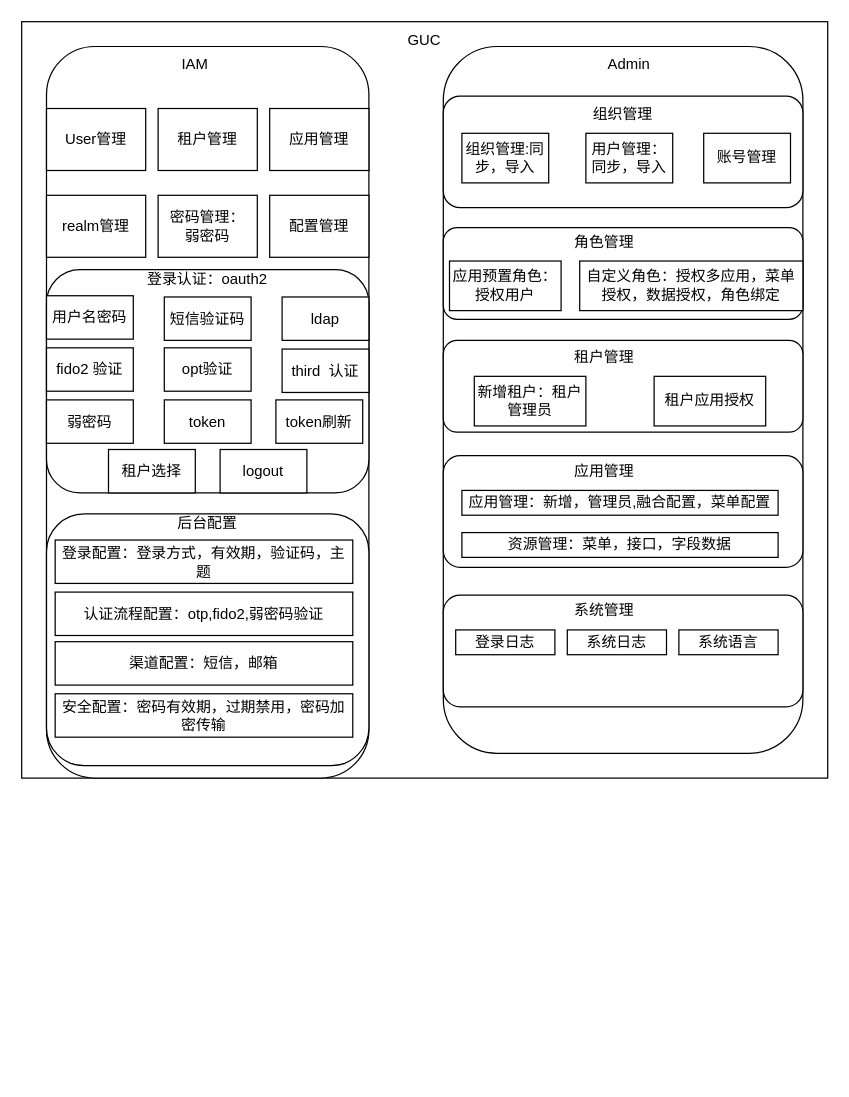
Before: page "GUC" (2 of 2) of draft.drawio in cqu20141693/draw.io, a draw.io diagram. Source tidied: cells renumbered, new cells numbered last; positions are measured from the earlier drawing's top-left corner, leaving out a move shared by most shapes. Both pictures are drawn from the tidied source at 124%, with x=0, y=0 at pixel (21, 21).
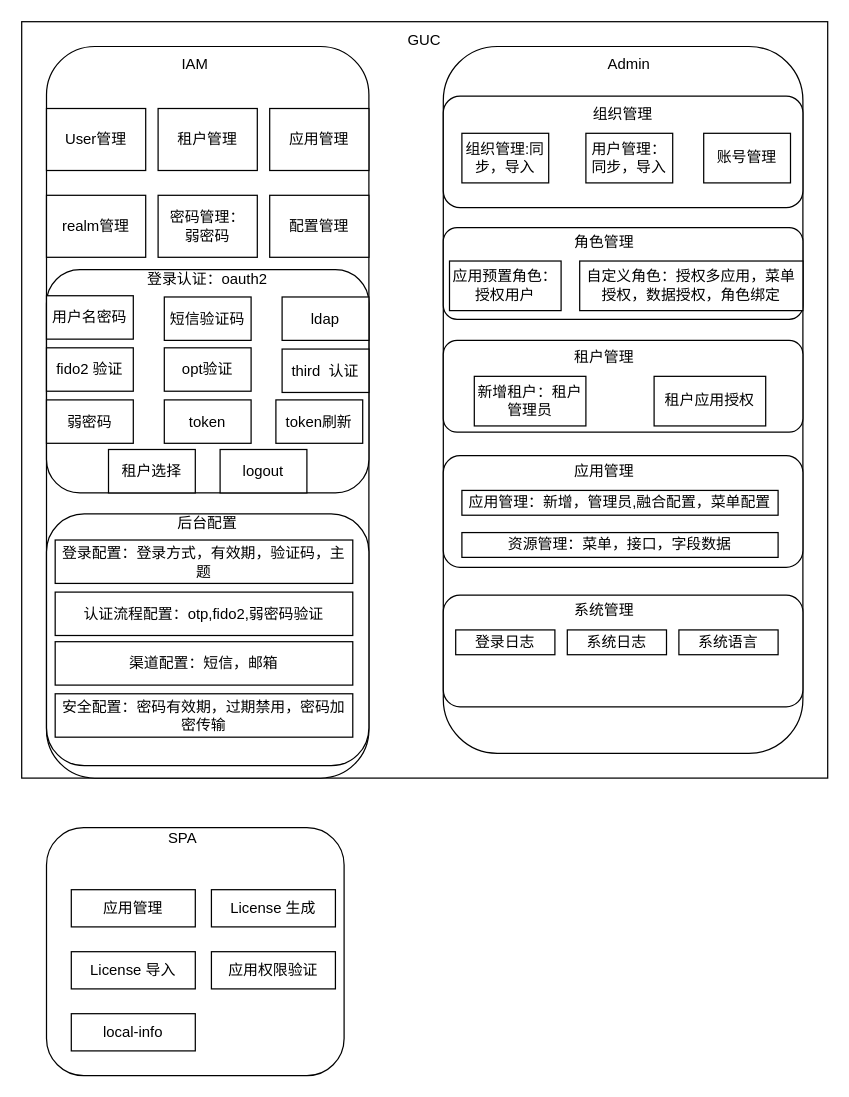
The same page after the edit.

What changed in the source:
```diff
@@
+    <mxCell id="55" style="rounded=1;whiteSpace=wrap;html=1;" parent="1" vertex="1">
+      <mxGeometry x="20" y="650" width="240" height="200" as="geometry" />
+    </mxCell>
+    <mxCell id="56" value="SPA" style="text;html=1;whiteSpace=wrap;strokeColor=none;fillColor=none;align=center;verticalAlign=middle;rounded=0;" parent="1" vertex="1">
+      <mxGeometry x="100" y="644" width="60" height="30" as="geometry" />
+    </mxCell>
+    <mxCell id="57" value="应用管理" style="rounded=0;whiteSpace=wrap;html=1;" parent="1" vertex="1">
+      <mxGeometry x="40" y="700" width="100" height="30" as="geometry" />
+    </mxCell>
+    <mxCell id="58" value="License 导入" style="rounded=0;whiteSpace=wrap;html=1;" parent="1" vertex="1">
+      <mxGeometry x="40" y="750" width="100" height="30" as="geometry" />
+    </mxCell>
+    <mxCell id="59" value="local-info" style="rounded=0;whiteSpace=wrap;html=1;" parent="1" vertex="1">
+      <mxGeometry x="40" y="800" width="100" height="30" as="geometry" />
+    </mxCell>
+    <mxCell id="60" value="License 生成" style="rounded=0;whiteSpace=wrap;html=1;" parent="1" vertex="1">
+      <mxGeometry x="153" y="700" width="100" height="30" as="geometry" />
+    </mxCell>
+    <mxCell id="61" value="应用权限验证" style="rounded=0;whiteSpace=wrap;html=1;" parent="1" vertex="1">
+      <mxGeometry x="153" y="750" width="100" height="30" as="geometry" />
+    </mxCell>
```
